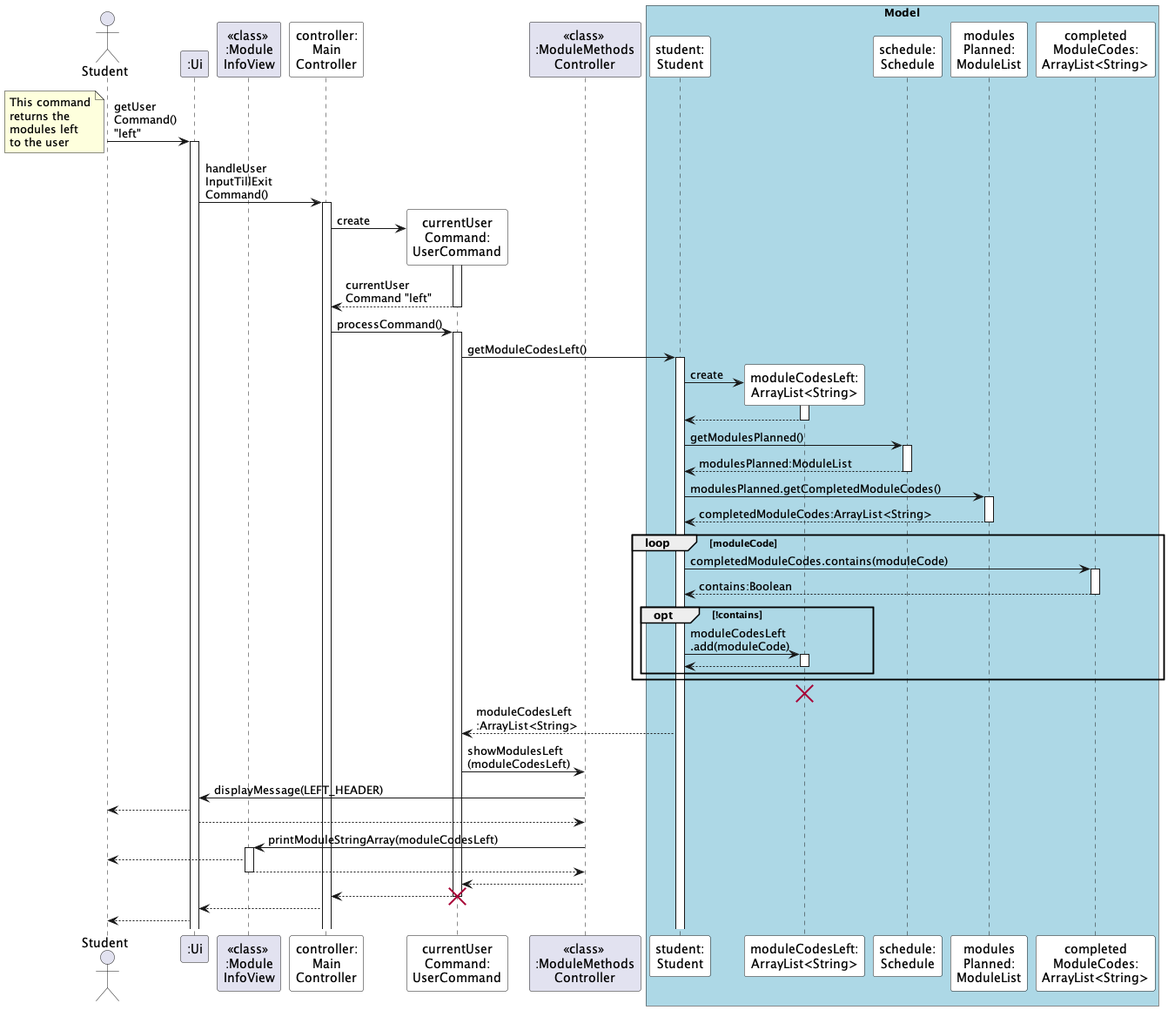
The PlantUML diagram docs/diagrams/LeftFeature_Seq.png in ryanlohyr/NUSDegs, before a commit.
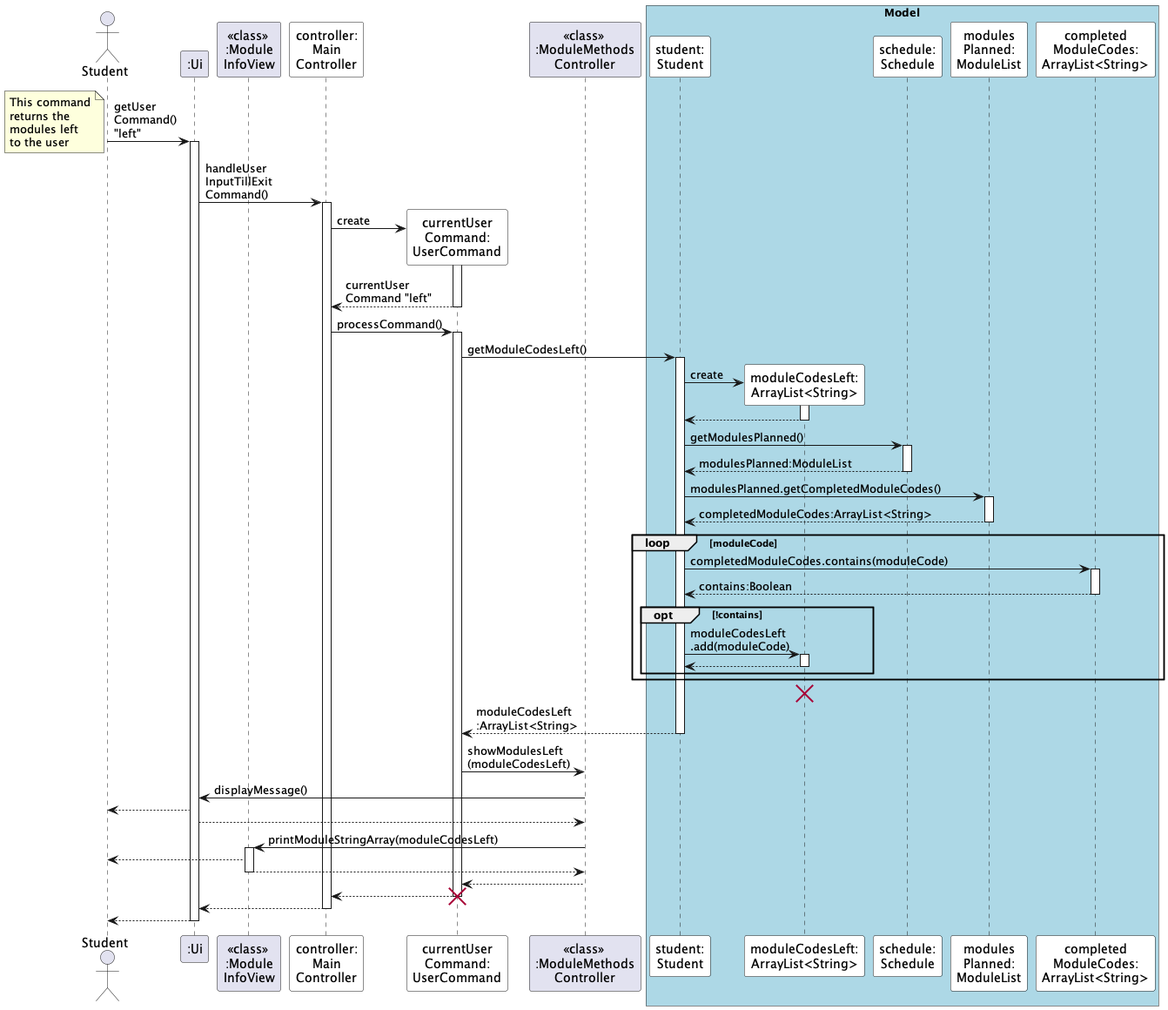
Above is the later version.

Commit message:
Left and Required Feature DG update

Diff of the diagram source:
```diff
@@ -43,7 +43,6 @@
 end box
 
 
-
 UC -> S: getModuleCodesLeft()
 activate S
 
@@ -52,7 +51,6 @@
 activate MCL
 MCL --> S
 deactivate MCL
-
 
 
 S -> SCH: getModulesPlanned()
@@ -86,11 +84,11 @@
 destroy MCL
 
 S --> UC: moduleCodesLeft\n:ArrayList<String>
-
+deactivate S
 
 UC -> MMC: showModulesLeft\n(moduleCodesLeft)
 
-MMC -> UI: displayMessage(LEFT_HEADER)
+MMC -> UI: displayMessage()
 UI --> Student
 UI --> MMC
 
@@ -109,7 +107,9 @@
 
 
 MC --> UI
+deactivate MC
 UI --> Student
+deactivate UI
 
 
 
```
